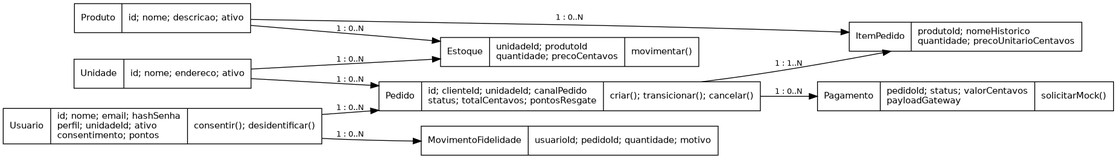
Earlier version of the Graphviz export docs/diagramas/classes.png (jefersonrivaldo/raizes-do-nordeste). Its source is kept beside it as docs/diagramas/classes.dot.
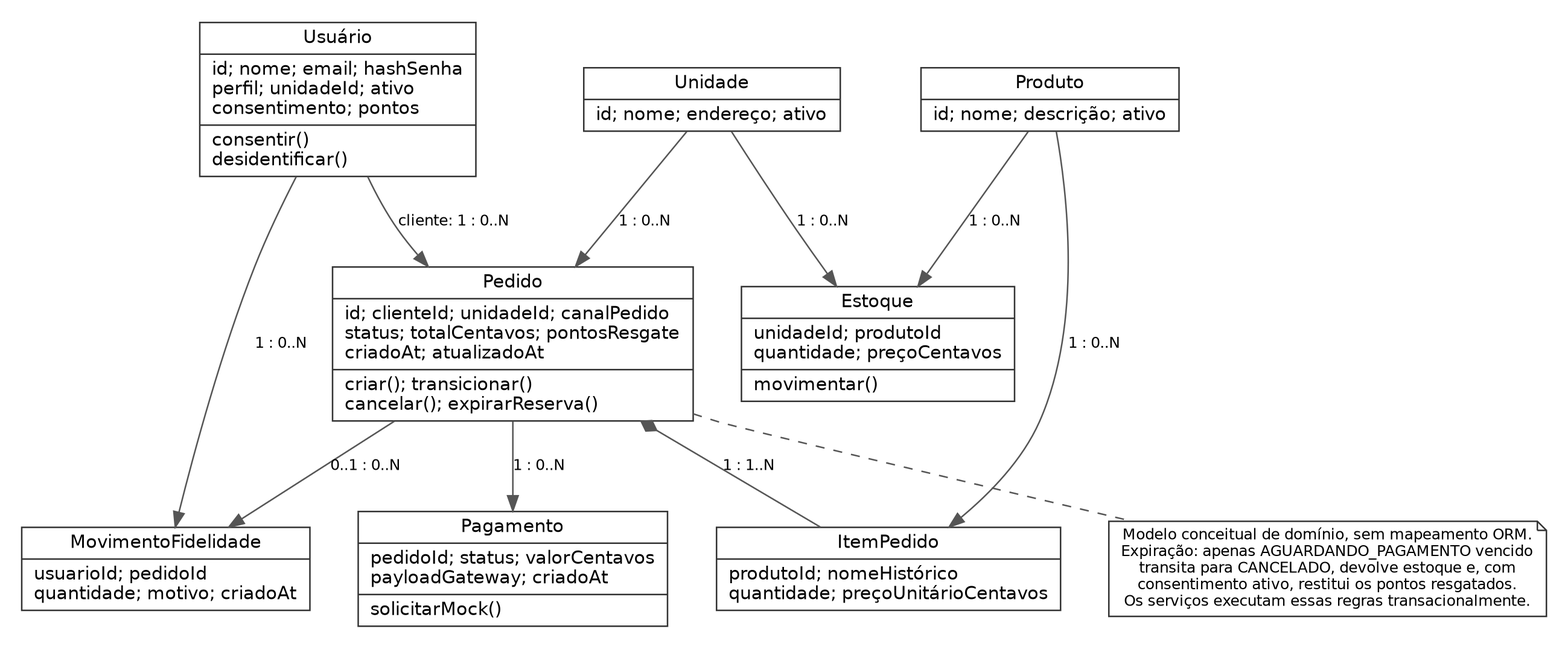
After the change.

What changed in the source:
```diff
@@ -1,15 +1,27 @@
-digraph Classes {
- graph [rankdir=LR,bgcolor="white"];node [shape=record,fontname="DejaVu Sans",fontsize=11];edge [fontname="DejaVu Sans",fontsize=10];
- Usuario [label="{Usuario|id; nome; email; hashSenha\lperfil; unidadeId; ativo\lconsentimento; pontos\l|consentir(); desidentificar()}"];
- Unidade [label="{Unidade|id; nome; endereco; ativo}"];
- Produto [label="{Produto|id; nome; descricao; ativo}"];
- Estoque [label="{Estoque|unidadeId; produtoId\lquantidade; precoCentavos\l|movimentar()}"];
- Pedido [label="{Pedido|id; clienteId; unidadeId; canalPedido\lstatus; totalCentavos; pontosResgate\l|criar(); transicionar(); cancelar()}"];
- Item [label="{ItemPedido|produtoId; nomeHistorico\lquantidade; precoUnitarioCentavos}"];
- Pagamento [label="{Pagamento|pedidoId; status; valorCentavos\lpayloadGateway\l|solicitarMock()}"];
- Movimento [label="{MovimentoFidelidade|usuarioId; pedidoId; quantidade; motivo}"];
- Usuario -> Pedido [label="1 : 0..N"];Unidade -> Pedido [label="1 : 0..N"];
- Unidade -> Estoque [label="1 : 0..N"];Produto -> Estoque [label="1 : 0..N"];
- Pedido -> Item [label="1 : 1..N"];Produto -> Item [label="1 : 0..N"];
- Pedido -> Pagamento [label="1 : 0..N"];Usuario -> Movimento [label="1 : 0..N"];
+digraph ClassesConceituais {
+  graph [rankdir=TB, bgcolor="white", pad=0.2, nodesep=0.45, ranksep=0.65];
+  node [shape=record, fontname="DejaVu Sans", fontsize=12, color="#333333"];
+  edge [fontname="DejaVu Sans", fontsize=10, color="#555555"];
+  Usuario [label="{Usuário|id; nome; email; hashSenha\lperfil; unidadeId; ativo\lconsentimento; pontos\l|consentir()\ldesidentificar()\l}"];
+  Unidade [label="{Unidade|id; nome; endereço; ativo\l}"];
+  Produto [label="{Produto|id; nome; descrição; ativo\l}"];
+  Estoque [label="{Estoque|unidadeId; produtoId\lquantidade; preçoCentavos\l|movimentar()\l}"];
+  Pedido [label="{Pedido|id; clienteId; unidadeId; canalPedido\lstatus; totalCentavos; pontosResgate\lcriadoAt; atualizadoAt\l|criar(); transicionar()\lcancelar(); expirarReserva()\l}"];
+  Item [label="{ItemPedido|produtoId; nomeHistórico\lquantidade; preçoUnitárioCentavos\l}"];
+  Pagamento [label="{Pagamento|pedidoId; status; valorCentavos\lpayloadGateway; criadoAt\l|solicitarMock()\l}"];
+  Movimento [label="{MovimentoFidelidade|usuarioId; pedidoId\lquantidade; motivo; criadoAt\l}"];
+  Nota [shape=note, fontsize=10, label="Modelo conceitual de domínio, sem mapeamento ORM.\nExpiração: apenas AGUARDANDO_PAGAMENTO vencido\ntransita para CANCELADO, devolve estoque e, com\nconsentimento ativo, restitui os pontos resgatados.\nOs serviços executam essas regras transacionalmente."];
+  {rank=same; Usuario; Unidade; Produto;}
+  {rank=same; Pedido; Estoque;}
+  {rank=same; Pagamento; Item; Movimento;}
+  Usuario -> Pedido [label="cliente: 1 : 0..N"];
+  Unidade -> Pedido [label="1 : 0..N"];
+  Unidade -> Estoque [label="1 : 0..N"];
+  Produto -> Estoque [label="1 : 0..N"];
+  Pedido -> Item [label="1 : 1..N", arrowtail=diamond, dir=both, arrowhead=none];
+  Produto -> Item [label="1 : 0..N"];
+  Pedido -> Pagamento [label="1 : 0..N"];
+  Usuario -> Movimento [label="1 : 0..N"];
+  Pedido -> Movimento [label="0..1 : 0..N"];
+  Pedido -> Nota [style=dashed, arrowhead=none];
 }
```
